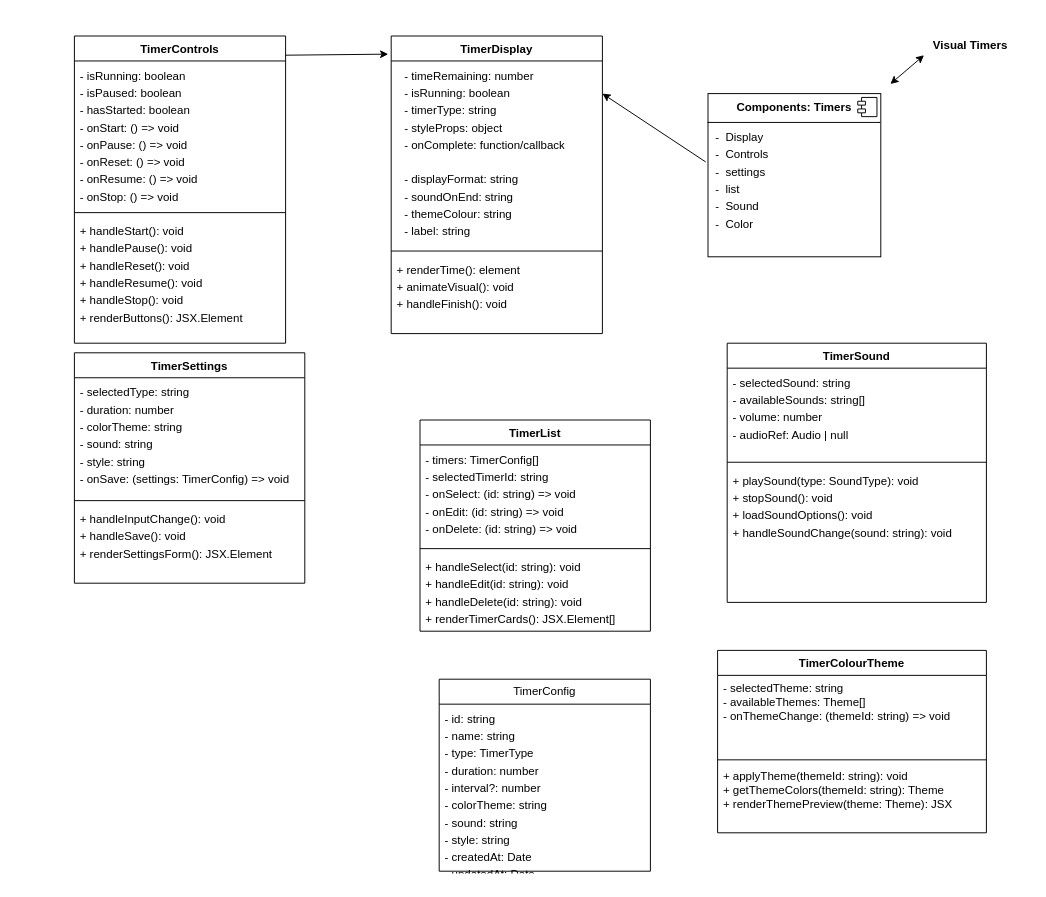
Before: visual-timers.drawio in JGrineau/visual-timers, a draw.io diagram. Source tidied: cells renumbered, new cells numbered last; positions are measured from the earlier drawing's top-left corner, leaving out a move shared by most shapes. Both pictures are drawn from the tidied source at 96%, with x=0, y=0 at pixel (74, 16).
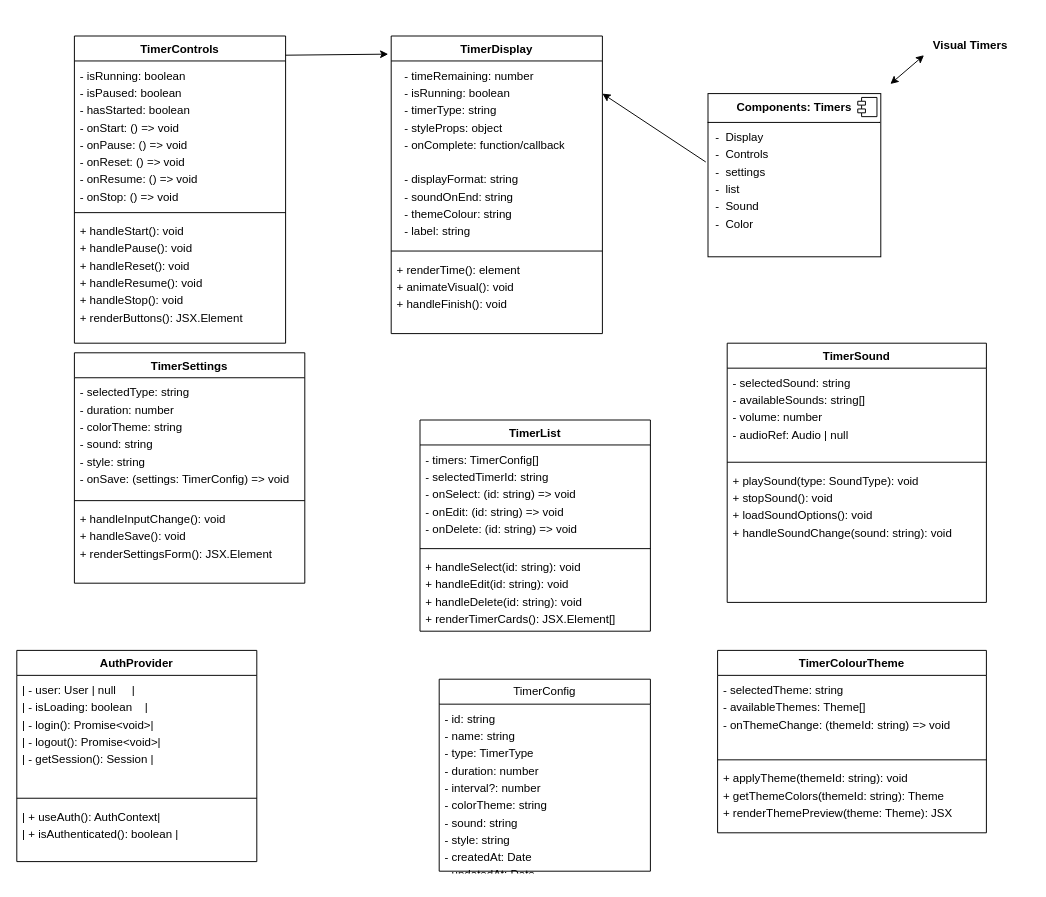
Above is the later version.

Unchanged cells that the change refers to:
```xml
<mxCell id="30" value="TimerColourTheme" style="swimlane;fontStyle=1;align=center;verticalAlign=top;horizontal=1;startSize=26;whiteSpace=wrap;html=1;" parent="1" vertex="1">
  <mxGeometry x="670" y="660" width="280" height="190" as="geometry" />
</mxCell>
```

The edit, as a diff of the source:
```diff
@@
-    <mxCell id="31" value="&lt;div&gt;&lt;span style=&quot;font-size: 12px;&quot;&gt;- selectedTheme: string&amp;nbsp; &amp;nbsp; &amp;nbsp;&lt;/span&gt;&lt;/div&gt;&lt;div&gt;&lt;span style=&quot;font-size: 12px;&quot;&gt;- availableThemes: Theme[]&amp;nbsp;&amp;nbsp;&lt;/span&gt;&lt;/div&gt;&lt;div&gt;&lt;span style=&quot;font-size: 12px;&quot;&gt;- onThemeChange: (themeId: string) =&amp;gt; void&amp;nbsp;&lt;/span&gt;&lt;/div&gt;" style="text;strokeColor=none;fillColor=none;align=left;verticalAlign=top;spacingLeft=4;spacingRight=4;overflow=hidden;whiteSpace=wrap;html=1;" parent="30" vertex="1">
+    <mxCell id="31" value="&lt;div style=&quot;line-height: 150%;&quot;&gt;&lt;div&gt;&lt;span style=&quot;font-size: 12px;&quot;&gt;- selectedTheme: string&amp;nbsp; &amp;nbsp; &amp;nbsp;&lt;/span&gt;&lt;/div&gt;&lt;div&gt;&lt;span style=&quot;font-size: 12px;&quot;&gt;- availableThemes: Theme[]&amp;nbsp;&amp;nbsp;&lt;/span&gt;&lt;/div&gt;&lt;div&gt;&lt;span style=&quot;font-size: 12px;&quot;&gt;- onThemeChange: (themeId: string) =&amp;gt; void&amp;nbsp;&lt;/span&gt;&lt;/div&gt;&lt;/div&gt;" style="text;strokeColor=none;fillColor=none;align=left;verticalAlign=top;spacingLeft=4;spacingRight=4;overflow=hidden;whiteSpace=wrap;html=1;" parent="30" vertex="1">
       <mxGeometry y="26" width="280" height="84" as="geometry" />
     </mxCell>
@@
-    <mxCell id="33" value="&lt;div&gt;&lt;span style=&quot;font-size: 12px;&quot;&gt;+ applyTheme(themeId: string): void&amp;nbsp; &amp;nbsp; &amp;nbsp; &amp;nbsp;&lt;/span&gt;&lt;/div&gt;&lt;div&gt;&lt;span style=&quot;font-size: 12px;&quot;&gt;+ getThemeColors(themeId: string): Theme&amp;nbsp;&amp;nbsp;&lt;/span&gt;&lt;/div&gt;&lt;div&gt;&lt;span style=&quot;font-size: 12px;&quot;&gt;+ renderThemePreview(theme: Theme): JSX&amp;nbsp; &amp;nbsp;&lt;/span&gt;&lt;/div&gt;" style="text;strokeColor=none;fillColor=none;align=left;verticalAlign=top;spacingLeft=4;spacingRight=4;overflow=hidden;whiteSpace=wrap;html=1;" parent="30" vertex="1">
+    <mxCell id="33" value="&lt;div style=&quot;line-height: 150%;&quot;&gt;&lt;div&gt;&lt;span style=&quot;font-size: 12px;&quot;&gt;+ applyTheme(themeId: string): void&amp;nbsp; &amp;nbsp; &amp;nbsp; &amp;nbsp;&lt;/span&gt;&lt;/div&gt;&lt;div&gt;&lt;span style=&quot;font-size: 12px;&quot;&gt;+ getThemeColors(themeId: string): Theme&amp;nbsp;&amp;nbsp;&lt;/span&gt;&lt;/div&gt;&lt;div&gt;&lt;span style=&quot;font-size: 12px;&quot;&gt;+ renderThemePreview(theme: Theme): JSX&amp;nbsp; &amp;nbsp;&lt;/span&gt;&lt;/div&gt;&lt;/div&gt;" style="text;strokeColor=none;fillColor=none;align=left;verticalAlign=top;spacingLeft=4;spacingRight=4;overflow=hidden;whiteSpace=wrap;html=1;" parent="30" vertex="1">
       <mxGeometry y="118" width="280" height="72" as="geometry" />
     </mxCell>
+    <mxCell id="34" value="AuthProvider" style="swimlane;fontStyle=1;align=center;verticalAlign=top;horizontal=1;startSize=26;whiteSpace=wrap;html=1;" parent="1" vertex="1">
+      <mxGeometry x="-60" y="660" width="250" height="220" as="geometry" />
+    </mxCell>
+    <mxCell id="35" value="&lt;div style=&quot;line-height: 150%;&quot;&gt;&lt;div&gt;&lt;span style=&quot;font-size: 12px;&quot;&gt;| - user: User | null&amp;nbsp; &amp;nbsp; &amp;nbsp;|&lt;/span&gt;&lt;/div&gt;&lt;div&gt;&lt;span style=&quot;font-size: 12px;&quot;&gt;| - isLoading: boolean&amp;nbsp; &amp;nbsp; |&lt;/span&gt;&lt;/div&gt;&lt;div&gt;&lt;span style=&quot;font-size: 12px;&quot;&gt;| - login(): Promise&amp;lt;void&amp;gt;|&lt;/span&gt;&lt;/div&gt;&lt;div&gt;&lt;span style=&quot;font-size: 12px;&quot;&gt;| - logout(): Promise&amp;lt;void&amp;gt;|&lt;/span&gt;&lt;/div&gt;&lt;div&gt;&lt;span style=&quot;font-size: 12px;&quot;&gt;| - getSession(): Session |&lt;/span&gt;&lt;/div&gt;&lt;/div&gt;" style="text;strokeColor=none;fillColor=none;align=left;verticalAlign=top;spacingLeft=4;spacingRight=4;overflow=hidden;whiteSpace=wrap;html=1;" parent="34" vertex="1">
+      <mxGeometry y="26" width="250" height="124" as="geometry" />
+    </mxCell>
+    <mxCell id="36" style="line;strokeWidth=1;fillColor=none;align=left;verticalAlign=middle;spacingTop=-1;spacingLeft=3;spacingRight=3;labelPosition=right;strokeColor=inherit;" parent="34" vertex="1">
+      <mxGeometry y="150" width="250" height="8" as="geometry" />
+    </mxCell>
+    <mxCell id="37" value="&lt;div style=&quot;line-height: 150%;&quot;&gt;&lt;div&gt;&lt;span style=&quot;font-size: 12px;&quot;&gt;| + useAuth(): AuthContext|&lt;/span&gt;&lt;/div&gt;&lt;div&gt;&lt;span style=&quot;font-size: 12px;&quot;&gt;| + isAuthenticated(): boolean |&lt;/span&gt;&lt;/div&gt;&lt;/div&gt;" style="text;strokeColor=none;fillColor=none;align=left;verticalAlign=top;spacingLeft=4;spacingRight=4;overflow=hidden;whiteSpace=wrap;html=1;" parent="34" vertex="1">
+      <mxGeometry y="158" width="250" height="62" as="geometry" />
+    </mxCell>
```
